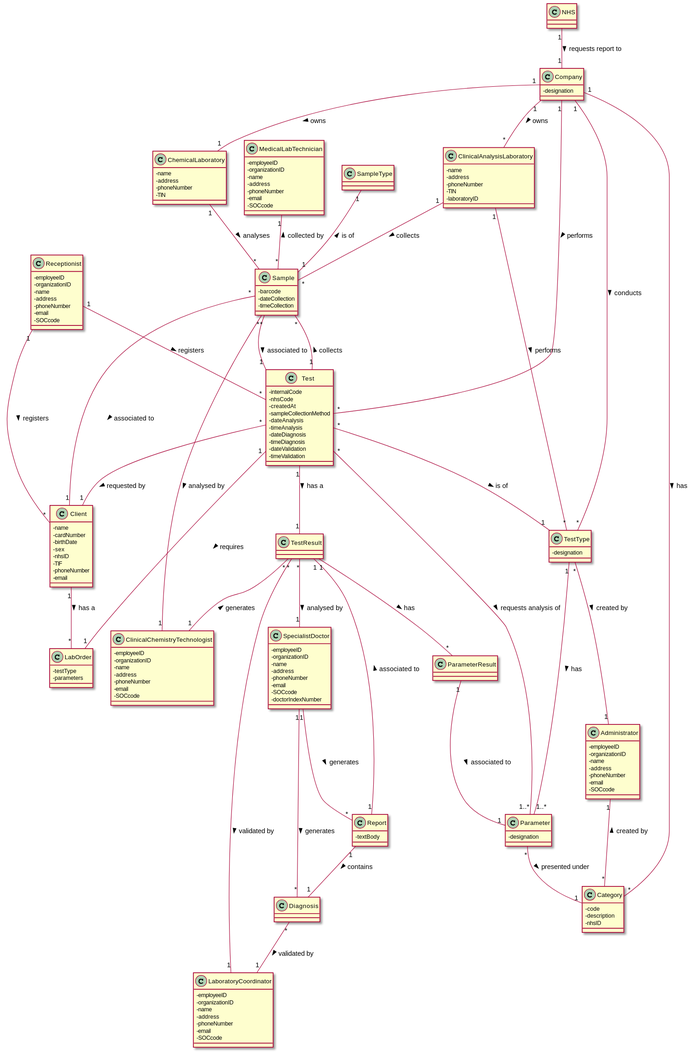
Earlier version of the PlantUML export docs/SprintB/DM.svg (MadDinosaur/ISEP-LAPR2). The source it was exported from:
```plantuml
@startuml
skinparam classAttributeIconSize 0

class Administrator {
-employeeID
-organizationID
-name
-address
-phoneNumber
-email
-SOCcode
}
class Category {
-code
-description
-nhsID
}
class ChemicalLaboratory {
-name
-address
-phoneNumber
-TIN
}
class Client {
-name
-cardNumber
-birthDate
-sex
-nhsID
-TIF
-phoneNumber
-email
}
class ClinicalAnalysisLaboratory {
-name
-address
-phoneNumber
-TIN
-laboratoryID
}
class ClinicalChemistryTechnologist {
-employeeID
-organizationID
-name
-address
-phoneNumber
-email
-SOCcode
}
class Company {
-designation
}
class Diagnosis
class LabOrder {
-testType
-parameters
}
class LaboratoryCoordinator {
-employeeID
-organizationID
-name
-address
-phoneNumber
-email
-SOCcode
}
class MedicalLabTechnician {
-employeeID
-organizationID
-name
-address
-phoneNumber
-email
-SOCcode
}
class NHS
class Receptionist {
-employeeID
-organizationID
-name
-address
-phoneNumber
-email
-SOCcode
}
class Test {
-internalCode
-nhsCode
-createdAt
-sampleCollectionMethod
-dateAnalysis
-timeAnalysis
-dateDiagnosis
-timeDiagnosis
-dateValidation
-timeValidation
}
class Parameter {
-designation
}
class ParameterResult
class Report {
-textBody
}
class TestResult
class TestType {
-designation
}
class Sample {
-barcode
-dateCollection
-timeCollection
}
class SampleType
class SpecialistDoctor {
-employeeID
-organizationID
-name
-address
-phoneNumber
-email
-SOCcode
-doctorIndexNumber
}

Administrator "1"--"*" Category : created by <
ChemicalLaboratory "1"--"*" Sample : analyses >
Client "1"--"*" LabOrder : has a >
ClinicalAnalysisLaboratory "1"--"*" Sample : collects >
ClinicalAnalysisLaboratory "1"--"*" TestType : performs >
ClinicalChemistryTechnologist "1"--"*" Sample : analysed by <
Company "1"-down-"*" TestType : conducts >
Company "1"-down-"*" Category : has >
Company "1"-down-"*" ClinicalAnalysisLaboratory : owns >
Company "1"-down-"1" ChemicalLaboratory : owns >
Diagnosis "*"--"1" LaboratoryCoordinator : validated by >
Diagnosis "*"--"1" SpecialistDoctor : generates <
MedicalLabTechnician "1"--"*" Sample : collected by <
NHS "1"--"1" Company : requests report to >
Parameter "*"--"1" Category : presented under >
ParameterResult "1"--"1" Parameter : associated to >
Receptionist "1"--"*" Client : registers >
Receptionist "1"--"*" Test : registers >
Report "1"--"1" Diagnosis : contains >
Report "1"--"1" TestResult : associated to >
Sample "*"--"1" Client : associated to >
Sample "*"--"1" Test : associated to >
SampleType "1"--"1" Sample  : is of <
SpecialistDoctor "1"--"*" Report : generates >
Test "*"--"1" Client : requested by >
Test "*"-up-"1" Company : performs <
Test "*"--"1..*" Parameter : requests analysis of >
Test "1"--"1" LabOrder : requires >
Test "*"--"1" "TestType" : is of >
Test "1"--"1" TestResult : has a >
Test "1"--"*" Sample : collects >
TestResult "*"--"1" LaboratoryCoordinator : validated by >
TestResult "*"--"1" SpecialistDoctor : analysed by >
TestResult "*"--"1" ClinicalChemistryTechnologist : generates <
TestResult "1"--"*" ParameterResult : has >
TestType "*"--"1" Administrator : created by >
TestType "1"--"1..*" Parameter : has >
@enduml
```
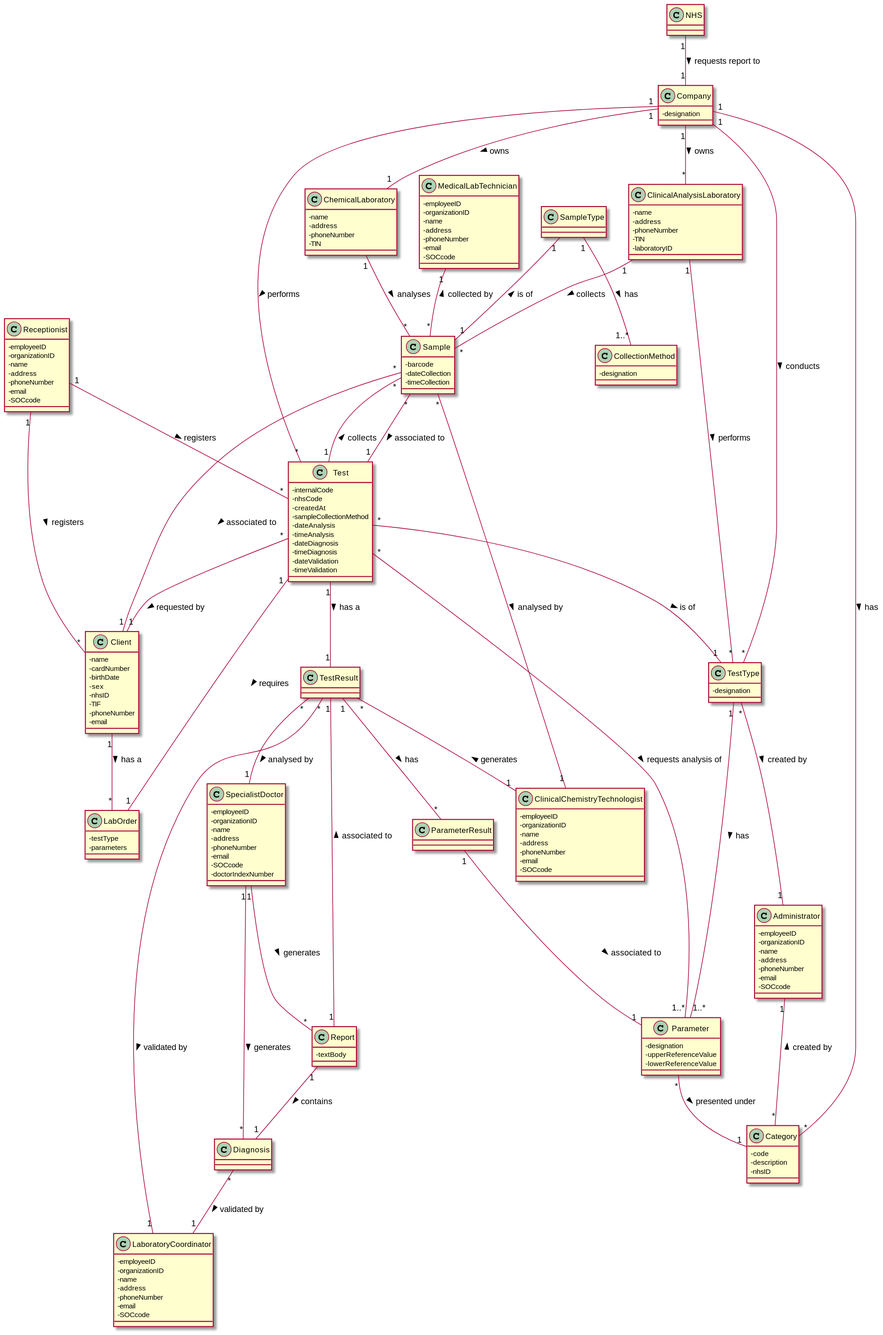
Later version of the same file.

Change to the diagram source:
```diff
@@ -20,6 +20,9 @@
 -address
 -phoneNumber
 -TIN
+}
+class CollectionMethod {
+-designation
 }
 class Client {
 -name
@@ -97,6 +100,8 @@
 }
 class Parameter {
 -designation
+-upperReferenceValue
+-lowerReferenceValue
 }
 class ParameterResult
 class Report {
@@ -160,4 +165,5 @@
 TestResult "1"--"*" ParameterResult : has >
 TestType "*"--"1" Administrator : created by >
 TestType "1"--"1..*" Parameter : has >
+SampleType "1"--"1..*" CollectionMethod : has >
 @enduml
```
